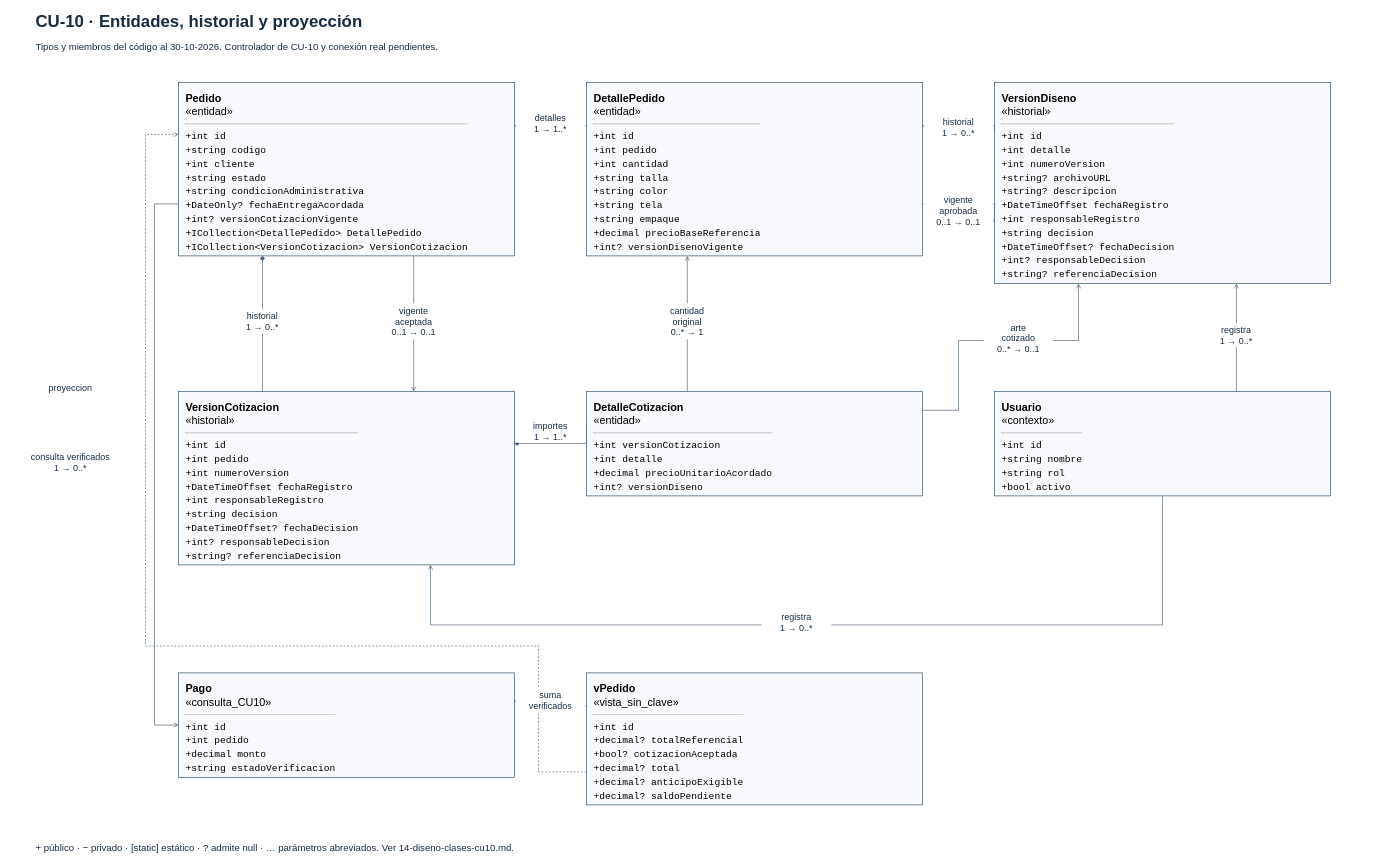
Before: page "CU-10 · Entidades, historial y proyección" (3 of 3) of docs/fase-3/diagramas/Clases_CU10.drawio in yirardyalbertoquintero-sys/Proyecto_fase_1_ing_software, a draw.io diagram. Source tidied: cells renumbered, new cells numbered last; positions are measured from the earlier drawing's top-left corner, leaving out a move shared by most shapes. Both pictures are drawn from the tidied source at 60%, with x=0, y=0 at pixel (10, 10).
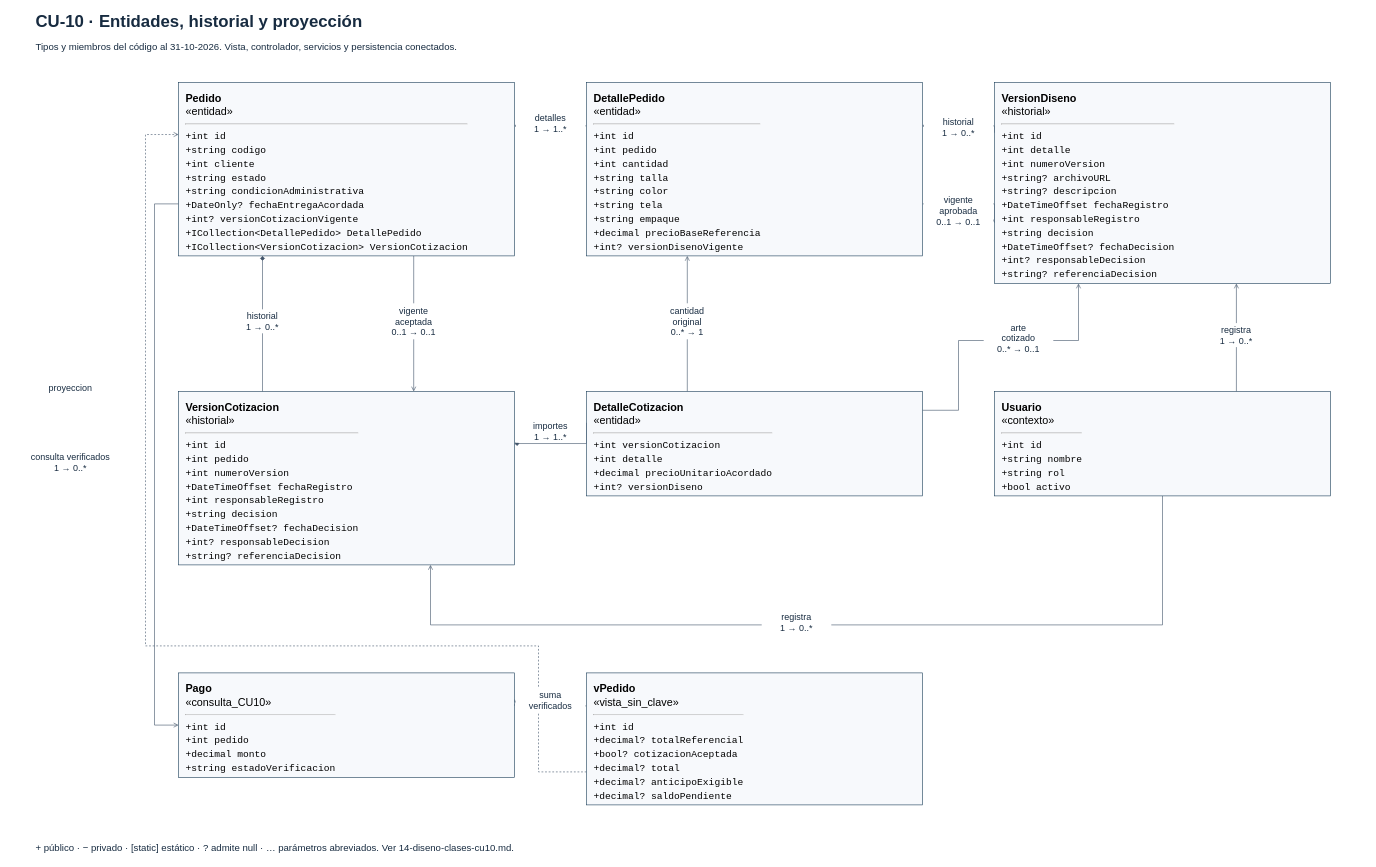
After the change.

Change to the diagram source:
```diff
@@
-    <mxCell id="3" value="Tipos y miembros del código al 30-10-2026. Controlador de CU-10 y conexión real pendientes." style="text;html=1;whiteSpace=wrap;align=left;verticalAlign=middle;fontSize=16;fontColor=#172B40;fontStyle=0;fillColor=#FFFFFF;strokeColor=none;" parent="1" vertex="1">
+    <mxCell id="3" value="Tipos y miembros del código al 31-10-2026. Vista, controlador, servicios y persistencia conectados." style="text;html=1;whiteSpace=wrap;align=left;verticalAlign=middle;fontSize=16;fontColor=#172B40;fontStyle=0;fillColor=#FFFFFF;strokeColor=none;" parent="1" vertex="1">
       <mxGeometry x="40" y="46" width="2220" height="28" as="geometry" />
     </mxCell>
```
